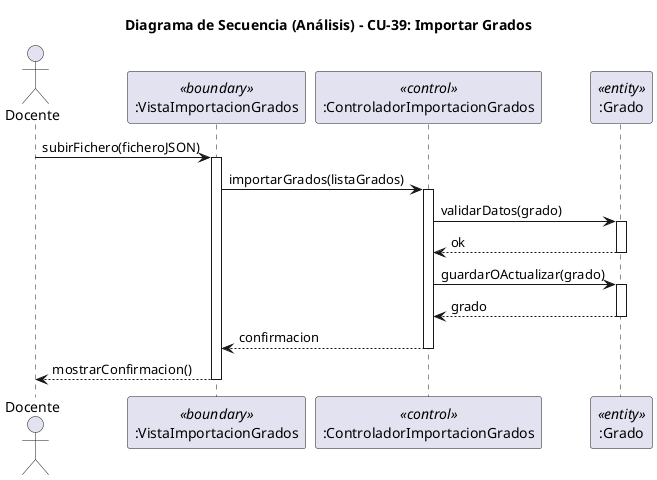
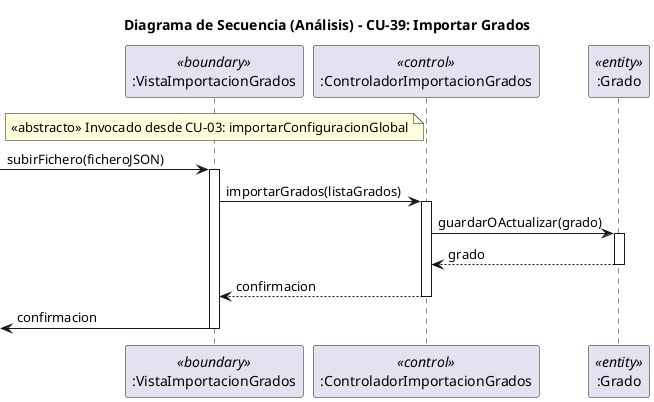
﻿@startuml cu39-importarGrados-analisis-secuencia
title Diagrama de Secuencia (Análisis) - CU-39: Importar Grados

- actor "Docente" as Actor
participant ":VistaImportacionGrados" as Boundary <<boundary>>
participant ":ControladorImportacionGrados" as Control <<control>>
participant ":Grado" as Entity <<entity>>

- Actor -> Boundary : subirFichero(ficheroJSON)
+ note over Boundary : <<abstracto>> Invocado desde CU-03: importarConfiguracionGlobal
+ 
+ [-> Boundary : subirFichero(ficheroJSON)
activate Boundary

Boundary -> Control : importarGrados(listaGrados)
activate Control
- 
- Control -> Entity : validarDatos(grado)
- activate Entity
- Entity --> Control : ok
- deactivate Entity

Control -> Entity : guardarOActualizar(grado)
activate Entity
Entity --> Control : grado
deactivate Entity

Control --> Boundary : confirmacion
deactivate Control

- Boundary --> Actor : mostrarConfirmacion()
+ [<- Boundary : confirmacion
deactivate Boundary

@enduml
